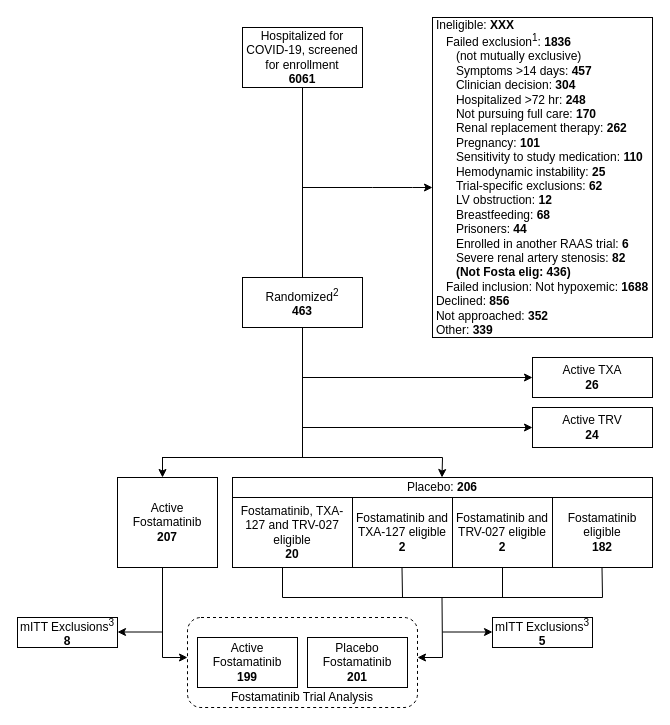
Earlier version of the draw.io diagram A4HT-CONSORT.drawio (jjdeclercq/VUMisC). Source tidied: cells renumbered, new cells numbered last; positions are measured from the earlier drawing's top-left corner, leaving out a move shared by most shapes. Both pictures are drawn from the tidied source at 100%, with x=0, y=0 at pixel (17, 17).
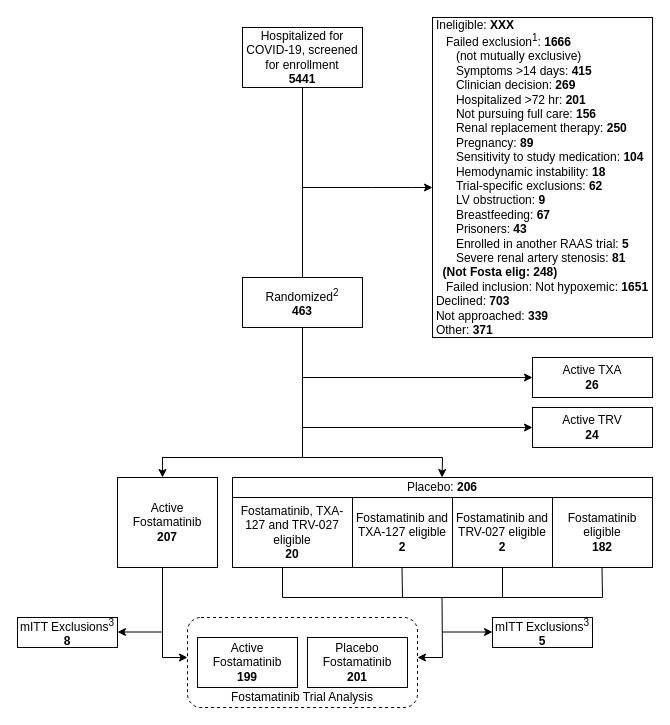
After the change.

The edit, as a diff of the source:
```diff
@@
-    <mxCell id="3" value="Hospitalized for COVID-19, screened for enrollment&lt;br&gt;&lt;b&gt;6061&lt;/b&gt;" style="rounded=0;whiteSpace=wrap;html=1;" parent="1" vertex="1">
+    <mxCell id="3" value="Hospitalized for COVID-19, screened for enrollment&lt;br&gt;&lt;b&gt;5441&lt;/b&gt;" style="rounded=0;whiteSpace=wrap;html=1;" parent="1" vertex="1">
       <mxGeometry x="225" y="10" width="120" height="60" as="geometry" />
     </mxCell>
@@
-    <mxCell id="5" value="&lt;div style=&quot;text-align: left;&quot;&gt;&lt;span style=&quot;background-color: initial;&quot;&gt;Ineligible: &lt;b&gt;XXX&lt;/b&gt;&lt;/span&gt;&lt;/div&gt;&lt;div style=&quot;text-align: left;&quot;&gt;&lt;span style=&quot;background-color: initial;&quot;&gt;&lt;b&gt;&amp;nbsp; &amp;nbsp;&lt;/b&gt;Failed exclusion&lt;sup&gt;1&lt;/sup&gt;: &lt;b&gt;1836&lt;/b&gt;&lt;/span&gt;&lt;/div&gt;&lt;div style=&quot;text-align: left;&quot;&gt;&lt;span style=&quot;background-color: initial;&quot;&gt;&lt;b&gt;&amp;nbsp; &amp;nbsp; &amp;nbsp; &lt;/b&gt;(not mutually exclusive)&lt;/span&gt;&lt;/div&gt;&lt;div style=&quot;text-align: left;&quot;&gt;&lt;span style=&quot;background-color: initial;&quot;&gt;&amp;nbsp; &amp;nbsp; &amp;nbsp; Symptoms &amp;gt;14 days: &lt;b&gt;457&lt;/b&gt;&lt;/span&gt;&lt;br&gt;&lt;/div&gt;&lt;div style=&quot;text-align: left;&quot;&gt;&amp;nbsp; &amp;nbsp; &amp;nbsp; Clinician decision: &lt;b&gt;304&lt;/b&gt;&lt;/div&gt;&lt;div style=&quot;text-align: left;&quot;&gt;&amp;nbsp; &amp;nbsp; &amp;nbsp; Hospitalized &amp;gt;72 hr: &lt;b&gt;248&lt;/b&gt;&lt;/div&gt;&lt;div style=&quot;text-align: left;&quot;&gt;&amp;nbsp; &amp;nbsp; &amp;nbsp; Not pursuing full care: &lt;b&gt;170&lt;br&gt;&lt;/b&gt;&lt;/div&gt;&lt;div style=&quot;text-align: left;&quot;&gt;&amp;nbsp; &amp;nbsp; &amp;nbsp; Renal replacement therapy: &lt;b&gt;262&lt;/b&gt;&lt;/div&gt;&lt;div style=&quot;text-align: left;&quot;&gt;&lt;span style=&quot;background-color: initial;&quot;&gt;&amp;nbsp; &amp;nbsp; &amp;nbsp; Pregnancy: &lt;b&gt;101&lt;/b&gt;&lt;/span&gt;&lt;/div&gt;&lt;div style=&quot;text-align: left;&quot;&gt;&lt;b style=&quot;background-color: initial;&quot;&gt;&amp;nbsp; &amp;nbsp; &amp;nbsp; &lt;/b&gt;&lt;span style=&quot;background-color: initial;&quot;&gt;Sensitivity to study medication: &lt;b&gt;110&lt;/b&gt;&lt;/span&gt;&lt;/div&gt;&lt;div style=&quot;text-align: left;&quot;&gt;&lt;span style=&quot;background-color: initial;&quot;&gt;&amp;nbsp; &amp;nbsp; &amp;nbsp; Hemodynamic instability: &lt;b&gt;25&lt;/b&gt;&lt;/span&gt;&lt;/div&gt;&lt;div style=&quot;text-align: left;&quot;&gt;&lt;b style=&quot;border-color: var(--border-color);&quot;&gt;&amp;nbsp; &amp;nbsp; &amp;nbsp;&amp;nbsp;&lt;/b&gt;Trial-specific exclusions: &lt;b&gt;62&lt;/b&gt;&lt;span style=&quot;background-color: initial;&quot;&gt;&lt;b&gt;&lt;br&gt;&lt;/b&gt;&lt;/span&gt;&lt;/div&gt;&lt;div style=&quot;text-align: left;&quot;&gt;&lt;span style=&quot;background-color: initial;&quot;&gt;&lt;b&gt;&amp;nbsp; &amp;nbsp; &amp;nbsp; &lt;/b&gt;LV obstruction: &lt;b&gt;12&lt;/b&gt;&lt;/span&gt;&lt;/div&gt;&lt;div style=&quot;text-align: left;&quot;&gt;&lt;span style=&quot;background-color: initial;&quot;&gt;&lt;b&gt;&amp;nbsp; &amp;nbsp; &amp;nbsp; &lt;/b&gt;Breastfeeding: &lt;b&gt;68&lt;/b&gt;&lt;/span&gt;&lt;/div&gt;&lt;div style=&quot;text-align: left;&quot;&gt;&lt;span style=&quot;background-color: initial;&quot;&gt;&amp;nbsp; &amp;nbsp; &amp;nbsp; Prisoners: &lt;b&gt;44&lt;/b&gt;&lt;/span&gt;&lt;/div&gt;&lt;div style=&quot;text-align: left;&quot;&gt;&lt;span style=&quot;background-color: initial;&quot;&gt;&amp;nbsp; &amp;nbsp; &amp;nbsp; Enrolled in another RAAS trial: &lt;b&gt;6&lt;/b&gt;&lt;/span&gt;&lt;/div&gt;&lt;div style=&quot;text-align: left;&quot;&gt;&lt;span style=&quot;background-color: initial;&quot;&gt;&amp;nbsp; &amp;nbsp; &amp;nbsp; Severe renal artery stenosis: &lt;b&gt;82&lt;/b&gt;&lt;/span&gt;&lt;/div&gt;&lt;div style=&quot;text-align: left;&quot;&gt;&lt;span style=&quot;background-color: initial;&quot;&gt;&lt;b&gt;&amp;nbsp; &amp;nbsp; &amp;nbsp; (Not Fosta elig: 436)&lt;/b&gt;&lt;/span&gt;&lt;/div&gt;&lt;div style=&quot;text-align: left;&quot;&gt;&amp;nbsp; &amp;nbsp;Failed inclusion: Not hypoxemic: &lt;b&gt;1688&lt;br&gt;&lt;/b&gt;&lt;/div&gt;&lt;div style=&quot;text-align: left;&quot;&gt;&lt;span style=&quot;border-color: var(--border-color);&quot;&gt;Declined: &lt;b&gt;856&lt;/b&gt;&lt;br&gt;&lt;/span&gt;&lt;/div&gt;&lt;div style=&quot;text-align: left;&quot;&gt;&lt;span style=&quot;background-color: initial;&quot;&gt;Not approached: &lt;b&gt;352&lt;/b&gt;&lt;/span&gt;&lt;/div&gt;&lt;div style=&quot;text-align: left;&quot;&gt;&lt;span style=&quot;background-color: initial;&quot;&gt;Other: &lt;b&gt;339&lt;/b&gt;&lt;/span&gt;&lt;br&gt;&lt;/div&gt;" style="rounded=0;whiteSpace=wrap;html=1;" parent="1" vertex="1">
+    <mxCell id="5" value="&lt;div style=&quot;text-align: left;&quot;&gt;&lt;span style=&quot;background-color: initial;&quot;&gt;Ineligible: &lt;b&gt;XXX&lt;/b&gt;&lt;/span&gt;&lt;/div&gt;&lt;div style=&quot;text-align: left;&quot;&gt;&lt;span style=&quot;background-color: initial;&quot;&gt;&lt;b&gt;&amp;nbsp; &amp;nbsp;&lt;/b&gt;Failed exclusion&lt;sup&gt;1&lt;/sup&gt;: &lt;b&gt;1666&lt;/b&gt;&lt;/span&gt;&lt;/div&gt;&lt;div style=&quot;text-align: left;&quot;&gt;&lt;span style=&quot;background-color: initial;&quot;&gt;&lt;b&gt;&amp;nbsp; &amp;nbsp; &amp;nbsp; &lt;/b&gt;(not mutually exclusive)&lt;/span&gt;&lt;/div&gt;&lt;div style=&quot;text-align: left;&quot;&gt;&lt;span style=&quot;background-color: initial;&quot;&gt;&amp;nbsp; &amp;nbsp; &amp;nbsp; Symptoms &amp;gt;14 days: &lt;b&gt;415&lt;/b&gt;&lt;/span&gt;&lt;br&gt;&lt;/div&gt;&lt;div style=&quot;text-align: left;&quot;&gt;&amp;nbsp; &amp;nbsp; &amp;nbsp; Clinician decision: &lt;b&gt;269&lt;/b&gt;&lt;/div&gt;&lt;div style=&quot;text-align: left;&quot;&gt;&amp;nbsp; &amp;nbsp; &amp;nbsp; Hospitalized &amp;gt;72 hr: &lt;b&gt;201&lt;/b&gt;&lt;/div&gt;&lt;div style=&quot;text-align: left;&quot;&gt;&amp;nbsp; &amp;nbsp; &amp;nbsp; Not pursuing full care: &lt;b&gt;156&lt;br&gt;&lt;/b&gt;&lt;/div&gt;&lt;div style=&quot;text-align: left;&quot;&gt;&amp;nbsp; &amp;nbsp; &amp;nbsp; Renal replacement therapy: &lt;b&gt;250&lt;/b&gt;&lt;/div&gt;&lt;div style=&quot;text-align: left;&quot;&gt;&lt;span style=&quot;background-color: initial;&quot;&gt;&amp;nbsp; &amp;nbsp; &amp;nbsp; Pregnancy: &lt;b&gt;89&lt;/b&gt;&lt;/span&gt;&lt;/div&gt;&lt;div style=&quot;text-align: left;&quot;&gt;&lt;b style=&quot;background-color: initial;&quot;&gt;&amp;nbsp; &amp;nbsp; &amp;nbsp; &lt;/b&gt;&lt;span style=&quot;background-color: initial;&quot;&gt;Sensitivity to study medication: &lt;b&gt;104&lt;/b&gt;&lt;/span&gt;&lt;/div&gt;&lt;div style=&quot;text-align: left;&quot;&gt;&lt;span style=&quot;background-color: initial;&quot;&gt;&amp;nbsp; &amp;nbsp; &amp;nbsp; Hemodynamic instability: &lt;b&gt;18&lt;/b&gt;&lt;/span&gt;&lt;/div&gt;&lt;div style=&quot;text-align: left;&quot;&gt;&lt;b style=&quot;border-color: var(--border-color);&quot;&gt;&amp;nbsp; &amp;nbsp; &amp;nbsp;&amp;nbsp;&lt;/b&gt;Trial-specific exclusions: &lt;b&gt;62&lt;/b&gt;&lt;span style=&quot;background-color: initial;&quot;&gt;&lt;b&gt;&lt;br&gt;&lt;/b&gt;&lt;/span&gt;&lt;/div&gt;&lt;div style=&quot;text-align: left;&quot;&gt;&lt;span style=&quot;background-color: initial;&quot;&gt;&lt;b&gt;&amp;nbsp; &amp;nbsp; &amp;nbsp; &lt;/b&gt;LV obstruction: &lt;b&gt;9&lt;/b&gt;&lt;/span&gt;&lt;/div&gt;&lt;div style=&quot;text-align: left;&quot;&gt;&lt;span style=&quot;background-color: initial;&quot;&gt;&lt;b&gt;&amp;nbsp; &amp;nbsp; &amp;nbsp; &lt;/b&gt;Breastfeeding: &lt;b&gt;67&lt;/b&gt;&lt;/span&gt;&lt;/div&gt;&lt;div style=&quot;text-align: left;&quot;&gt;&lt;span style=&quot;background-color: initial;&quot;&gt;&amp;nbsp; &amp;nbsp; &amp;nbsp; Prisoners: &lt;b&gt;43&lt;/b&gt;&lt;/span&gt;&lt;/div&gt;&lt;div style=&quot;text-align: left;&quot;&gt;&lt;span style=&quot;background-color: initial;&quot;&gt;&amp;nbsp; &amp;nbsp; &amp;nbsp; Enrolled in another RAAS trial: &lt;b&gt;5&lt;/b&gt;&lt;/span&gt;&lt;/div&gt;&lt;div style=&quot;text-align: left;&quot;&gt;&lt;span style=&quot;background-color: initial;&quot;&gt;&amp;nbsp; &amp;nbsp; &amp;nbsp; Severe renal artery stenosis: &lt;b&gt;81&lt;/b&gt;&lt;/span&gt;&lt;/div&gt;&lt;div style=&quot;text-align: left;&quot;&gt;&lt;span style=&quot;background-color: initial;&quot;&gt;&lt;b&gt;&amp;nbsp; (Not Fosta elig: 248)&lt;/b&gt;&lt;/span&gt;&lt;/div&gt;&lt;div style=&quot;text-align: left;&quot;&gt;&amp;nbsp; &amp;nbsp;Failed inclusion: Not hypoxemic: &lt;b&gt;1651&lt;br&gt;&lt;/b&gt;&lt;/div&gt;&lt;div style=&quot;text-align: left;&quot;&gt;&lt;span style=&quot;border-color: var(--border-color);&quot;&gt;Declined: &lt;b&gt;703&lt;/b&gt;&lt;br&gt;&lt;/span&gt;&lt;/div&gt;&lt;div style=&quot;text-align: left;&quot;&gt;&lt;span style=&quot;background-color: initial;&quot;&gt;Not approached: &lt;b&gt;339&lt;/b&gt;&lt;/span&gt;&lt;/div&gt;&lt;div style=&quot;text-align: left;&quot;&gt;&lt;span style=&quot;background-color: initial;&quot;&gt;Other: &lt;b&gt;371&lt;/b&gt;&lt;/span&gt;&lt;br&gt;&lt;/div&gt;" style="rounded=0;whiteSpace=wrap;html=1;" parent="1" vertex="1">
       <mxGeometry x="415" width="220" height="320" as="geometry" />
     </mxCell>
```
